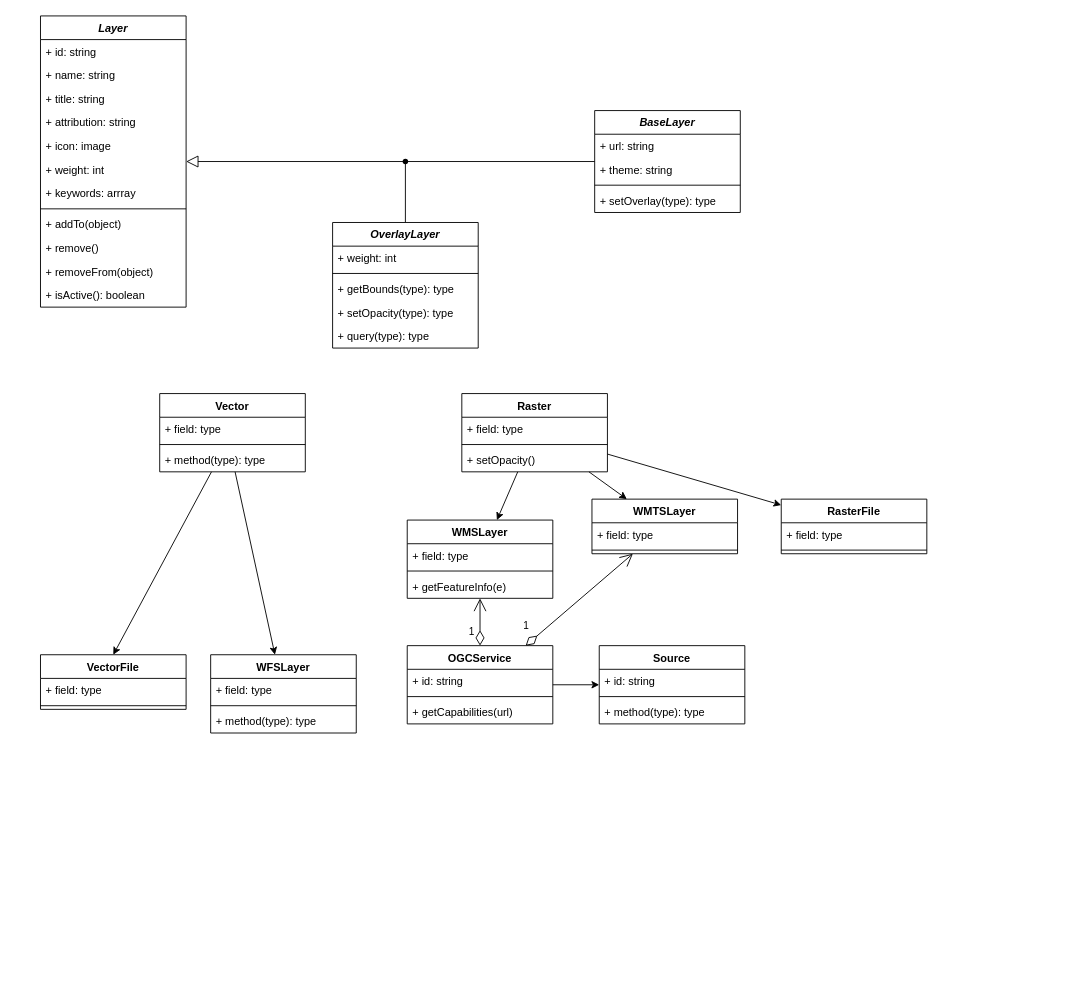
This is page "Layer Class" (2 of 2) of src/docs/diagrams/Map.drawio from ign-argentina/argenmap, a draw.io file, before an edit. Source tidied: cells renumbered, new cells numbered last; positions are measured from the earlier drawing's top-left corner, leaving out a move shared by most shapes. Both pictures are drawn from the tidied source at 91%, with x=0, y=0 at pixel (40, 15).
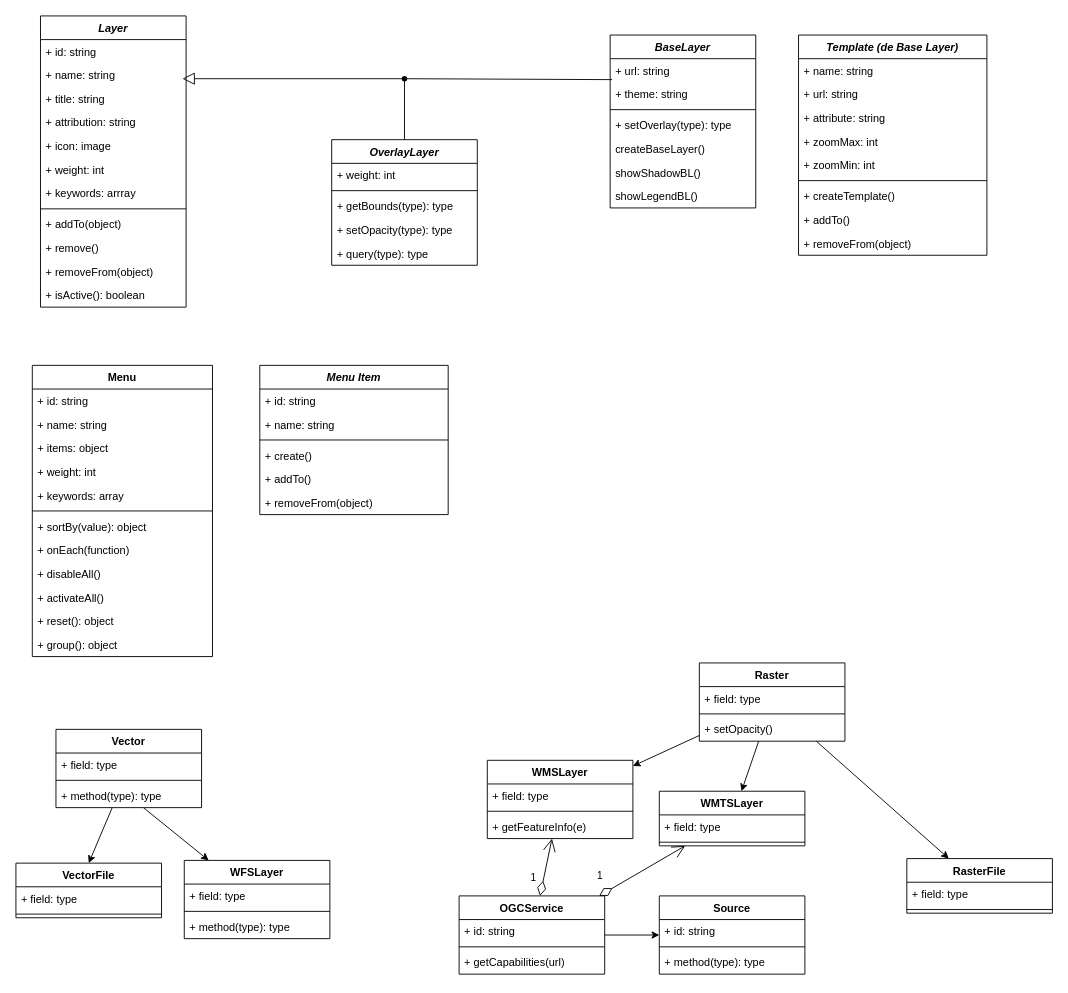
The same page after the edit.

Commit message:
layer class diagram update

Unchanged cells that the change refers to:
```xml
<mxCell id="3" value="Layer" style="swimlane;fontStyle=3;align=center;verticalAlign=top;horizontal=1;startSize=26;" parent="1" vertex="1">
  <mxGeometry width="160" height="320" as="geometry" />
</mxCell>
<mxCell id="66" value="+ theme: string" style="text;strokeColor=none;fillColor=none;align=left;verticalAlign=top;spacingLeft=4;spacingRight=4;overflow=hidden;points=[[0,0.5],[1,0.5]];portConstraint=eastwest;" parent="64" vertex="1">
  <mxGeometry y="52" width="160" height="26" as="geometry" />
</mxCell>
```

What changed in the source:
```diff
@@
     <mxCell id="17" value="Vector" style="swimlane;fontStyle=1;align=center;verticalAlign=top;horizontal=1;startSize=26;" parent="1" vertex="1">
-      <mxGeometry x="131" y="415" width="160" height="86" as="geometry" />
+      <mxGeometry x="17" y="784" width="160" height="86" as="geometry" />
     </mxCell>
@@
     <mxCell id="23" value="Raster" style="swimlane;fontStyle=1;align=center;verticalAlign=top;horizontal=1;startSize=26;" parent="1" vertex="1">
-      <mxGeometry x="463" y="415" width="160" height="86" as="geometry" />
+      <mxGeometry x="724" y="711" width="160" height="86" as="geometry" />
     </mxCell>
@@
     <mxCell id="27" value="WMSLayer" style="swimlane;fontStyle=1;align=center;verticalAlign=top;horizontal=1;startSize=26;" parent="1" vertex="1">
-      <mxGeometry x="403" y="554" width="160" height="86" as="geometry" />
+      <mxGeometry x="491" y="818" width="160" height="86" as="geometry" />
     </mxCell>
@@
     <mxCell id="32" value="OGCService" style="swimlane;fontStyle=1;align=center;verticalAlign=top;horizontal=1;startSize=26;" parent="1" vertex="1">
-      <mxGeometry x="403" y="692" width="160" height="86" as="geometry" />
+      <mxGeometry x="460" y="967" width="160" height="86" as="geometry" />
     </mxCell>
@@
     <mxCell id="36" value="WFSLayer" style="swimlane;fontStyle=1;align=center;verticalAlign=top;horizontal=1;startSize=26;" parent="1" vertex="1">
-      <mxGeometry x="187" y="702" width="160" height="86" as="geometry" />
+      <mxGeometry x="158" y="928" width="160" height="86" as="geometry" />
     </mxCell>
@@
     <mxCell id="40" value="WMTSLayer" style="swimlane;fontStyle=1;align=center;verticalAlign=top;horizontal=1;startSize=26;" parent="1" vertex="1">
-      <mxGeometry x="606" y="531" width="160" height="60" as="geometry" />
+      <mxGeometry x="680" y="852" width="160" height="60" as="geometry" />
     </mxCell>
@@
     <mxCell id="45" value="Source" style="swimlane;fontStyle=1;align=center;verticalAlign=top;horizontal=1;startSize=26;" parent="1" vertex="1">
-      <mxGeometry x="614" y="692" width="160" height="86" as="geometry" />
+      <mxGeometry x="680" y="967" width="160" height="86" as="geometry" />
     </mxCell>
@@
     <mxCell id="49" value="RasterFile" style="swimlane;fontStyle=1;align=center;verticalAlign=top;horizontal=1;startSize=26;" parent="1" vertex="1">
-      <mxGeometry x="814" y="531" width="160" height="60" as="geometry" />
+      <mxGeometry x="952" y="926" width="160" height="60" as="geometry" />
     </mxCell>
@@
     <mxCell id="52" value="VectorFile" style="swimlane;fontStyle=1;align=center;verticalAlign=top;horizontal=1;startSize=26;" parent="1" vertex="1">
-      <mxGeometry y="702" width="160" height="60" as="geometry" />
+      <mxGeometry x="-27" y="931" width="160" height="60" as="geometry" />
     </mxCell>
@@
     <mxCell id="58" value="OverlayLayer" style="swimlane;fontStyle=3;align=center;verticalAlign=top;horizontal=1;startSize=26;" parent="1" vertex="1">
-      <mxGeometry x="321" y="227" width="160" height="138" as="geometry" />
+      <mxGeometry x="320" y="136" width="160" height="138" as="geometry" />
     </mxCell>
@@
     <mxCell id="64" value="BaseLayer" style="swimlane;fontStyle=3;align=center;verticalAlign=top;horizontal=1;startSize=26;" parent="1" vertex="1">
-      <mxGeometry x="609" y="104" width="160" height="112" as="geometry" />
+      <mxGeometry x="626" y="21" width="160" height="190" as="geometry" />
     </mxCell>
@@
+    <mxCell id="72" value="createBaseLayer()" style="text;strokeColor=none;fillColor=none;align=left;verticalAlign=top;spacingLeft=4;spacingRight=4;overflow=hidden;" parent="64" vertex="1">
+      <mxGeometry y="112" width="160" height="26" as="geometry" />
+    </mxCell>
+    <mxCell id="73" value="showShadowBL()" style="text;strokeColor=none;fillColor=none;align=left;verticalAlign=top;spacingLeft=4;spacingRight=4;overflow=hidden;" parent="64" vertex="1">
+      <mxGeometry y="138" width="160" height="26" as="geometry" />
+    </mxCell>
+    <mxCell id="74" value="showLegendBL()" style="text;strokeColor=none;fillColor=none;align=left;verticalAlign=top;spacingLeft=4;spacingRight=4;overflow=hidden;" parent="64" vertex="1">
+      <mxGeometry y="164" width="160" height="26" as="geometry" />
+    </mxCell>
-    <mxCell id="69" style="html=1;startArrow=none;endArrow=block;endFill=0;endSize=11;" parent="1" edge="1" source="71" target="3">
-      <mxGeometry relative="1" as="geometry" />
+    <mxCell id="69" style="html=1;startArrow=none;endArrow=block;endFill=0;endSize=11;" parent="1" edge="1" source="71">
+      <mxGeometry relative="1" as="geometry">
+        <mxPoint x="156" y="69" as="targetPoint" />
+      </mxGeometry>
     </mxCell>
-    <mxCell id="70" style="html=1;endArrow=none;entryX=1.117;entryY=0.309;entryDx=0;entryDy=0;entryPerimeter=0;" parent="1" edge="1" source="64" target="71">
+    <mxCell id="70" style="html=1;endArrow=none;entryX=1.117;entryY=0.309;entryDx=0;entryDy=0;entryPerimeter=0;exitX=0.013;exitY=-0.115;exitDx=0;exitDy=0;exitPerimeter=0;" parent="1" edge="1" source="66" target="71">
       <mxGeometry relative="1" as="geometry" />
     </mxCell>
     <mxCell id="71" style="shape=waypoint;sketch=0;fillStyle=solid;size=6;points=[];fillColor=none;perimeter=centerPerimeter;snapToPoint=1;" parent="1" vertex="1">
-      <mxGeometry x="391" y="150" width="20" height="20" as="geometry" />
+      <mxGeometry x="390" y="59" width="20" height="20" as="geometry" />
     </mxCell>
+    <mxCell id="75" value="Template (de Base Layer)" style="swimlane;fontStyle=3;align=center;verticalAlign=top;horizontal=1;startSize=26;" parent="1" vertex="1">
+      <mxGeometry x="833" y="21" width="207" height="242" as="geometry" />
+    </mxCell>
+    <mxCell id="76" value="+ name: string" style="text;strokeColor=none;fillColor=none;align=left;verticalAlign=top;spacingLeft=4;spacingRight=4;overflow=hidden;" parent="75" vertex="1">
+      <mxGeometry y="26" width="207" height="26" as="geometry" />
+    </mxCell>
+    <mxCell id="77" value="+ url: string" style="text;strokeColor=none;fillColor=none;align=left;verticalAlign=top;spacingLeft=4;spacingRight=4;overflow=hidden;" parent="75" vertex="1">
+      <mxGeometry y="52" width="207" height="26" as="geometry" />
+    </mxCell>
+    <mxCell id="78" value="+ attribute: string" style="text;strokeColor=none;fillColor=none;align=left;verticalAlign=top;spacingLeft=4;spacingRight=4;overflow=hidden;" parent="75" vertex="1">
+      <mxGeometry y="78" width="207" height="26" as="geometry" />
+    </mxCell>
+    <mxCell id="79" value="+ zoomMax: int" style="text;strokeColor=none;fillColor=none;align=left;verticalAlign=top;spacingLeft=4;spacingRight=4;overflow=hidden;" parent="75" vertex="1">
+      <mxGeometry y="104" width="207" height="26" as="geometry" />
+    </mxCell>
+    <mxCell id="80" value="+ zoomMin: int" style="text;strokeColor=none;fillColor=none;align=left;verticalAlign=top;spacingLeft=4;spacingRight=4;overflow=hidden;" parent="75" vertex="1">
+      <mxGeometry y="130" width="207" height="26" as="geometry" />
+    </mxCell>
+    <mxCell id="81" style="line;strokeWidth=1;fillColor=none;align=left;verticalAlign=middle;spacingTop=-1;spacingLeft=3;spacingRight=3;labelPosition=right;" parent="75" vertex="1">
+      <mxGeometry y="156" width="207" height="8" as="geometry" />
+    </mxCell>
+    <mxCell id="82" value="+ createTemplate() " style="text;strokeColor=none;fillColor=none;align=left;verticalAlign=top;spacingLeft=4;spacingRight=4;overflow=hidden;" parent="75" vertex="1">
+      <mxGeometry y="164" width="207" height="26" as="geometry" />
+    </mxCell>
+    <mxCell id="83" value="+ addTo() " style="text;strokeColor=none;fillColor=none;align=left;verticalAlign=top;spacingLeft=4;spacingRight=4;overflow=hidden;" parent="75" vertex="1">
+      <mxGeometry y="190" width="207" height="26" as="geometry" />
+    </mxCell>
+    <mxCell id="84" value="+ removeFrom(object)" style="text;strokeColor=none;fillColor=none;align=left;verticalAlign=top;spacingLeft=4;spacingRight=4;overflow=hidden;" parent="75" vertex="1">
+      <mxGeometry y="216" width="207" height="26" as="geometry" />
+    </mxCell>
+    <mxCell id="85" value="Menu Item" style="swimlane;fontStyle=3;align=center;verticalAlign=top;horizontal=1;startSize=26;" parent="1" vertex="1">
+      <mxGeometry x="241" y="384" width="207" height="164" as="geometry" />
+    </mxCell>
+    <mxCell id="86" value="+ id: string" style="text;strokeColor=none;fillColor=none;align=left;verticalAlign=top;spacingLeft=4;spacingRight=4;overflow=hidden;" parent="85" vertex="1">
+      <mxGeometry y="26" width="207" height="26" as="geometry" />
+    </mxCell>
+    <mxCell id="87" value="+ name: string" style="text;strokeColor=none;fillColor=none;align=left;verticalAlign=top;spacingLeft=4;spacingRight=4;overflow=hidden;" parent="85" vertex="1">
+      <mxGeometry y="52" width="207" height="26" as="geometry" />
+    </mxCell>
+    <mxCell id="88" style="line;strokeWidth=1;fillColor=none;align=left;verticalAlign=middle;spacingTop=-1;spacingLeft=3;spacingRight=3;labelPosition=right;" parent="85" vertex="1">
+      <mxGeometry y="78" width="207" height="8" as="geometry" />
+    </mxCell>
+    <mxCell id="89" value="+ create() " style="text;strokeColor=none;fillColor=none;align=left;verticalAlign=top;spacingLeft=4;spacingRight=4;overflow=hidden;" parent="85" vertex="1">
+      <mxGeometry y="86" width="207" height="26" as="geometry" />
+    </mxCell>
+    <mxCell id="90" value="+ addTo() " style="text;strokeColor=none;fillColor=none;align=left;verticalAlign=top;spacingLeft=4;spacingRight=4;overflow=hidden;" parent="85" vertex="1">
+      <mxGeometry y="112" width="207" height="26" as="geometry" />
+    </mxCell>
+    <mxCell id="91" value="+ removeFrom(object)" style="text;strokeColor=none;fillColor=none;align=left;verticalAlign=top;spacingLeft=4;spacingRight=4;overflow=hidden;" parent="85" vertex="1">
+      <mxGeometry y="138" width="207" height="26" as="geometry" />
+    </mxCell>
+    <mxCell id="92" value="Menu" style="swimlane;fontStyle=1;align=center;verticalAlign=top;horizontal=1;startSize=26;" parent="1" vertex="1">
+      <mxGeometry x="-9" y="384" width="198" height="320" as="geometry" />
+    </mxCell>
+    <mxCell id="93" value="+ id: string" style="text;strokeColor=none;fillColor=none;align=left;verticalAlign=top;spacingLeft=4;spacingRight=4;overflow=hidden;" parent="92" vertex="1">
+      <mxGeometry y="26" width="198" height="26" as="geometry" />
+    </mxCell>
+    <mxCell id="94" value="+ name: string" style="text;strokeColor=none;fillColor=none;align=left;verticalAlign=top;spacingLeft=4;spacingRight=4;overflow=hidden;" parent="92" vertex="1">
+      <mxGeometry y="52" width="198" height="26" as="geometry" />
+    </mxCell>
+    <mxCell id="95" value="+ items: object" style="text;strokeColor=none;fillColor=none;align=left;verticalAlign=top;spacingLeft=4;spacingRight=4;overflow=hidden;" parent="92" vertex="1">
+      <mxGeometry y="78" width="198" height="26" as="geometry" />
+    </mxCell>
+    <mxCell id="96" value="+ weight: int" style="text;strokeColor=none;fillColor=none;align=left;verticalAlign=top;spacingLeft=4;spacingRight=4;overflow=hidden;" parent="92" vertex="1">
+      <mxGeometry y="104" width="198" height="26" as="geometry" />
+    </mxCell>
+    <mxCell id="97" value="+ keywords: array" style="text;strokeColor=none;fillColor=none;align=left;verticalAlign=top;spacingLeft=4;spacingRight=4;overflow=hidden;" parent="92" vertex="1">
+      <mxGeometry y="130" width="198" height="26" as="geometry" />
+    </mxCell>
+    <mxCell id="98" style="line;strokeWidth=1;fillColor=none;align=left;verticalAlign=middle;spacingTop=-1;spacingLeft=3;spacingRight=3;labelPosition=right;strokeColor=inherit;" parent="92" vertex="1">
+      <mxGeometry y="156" width="198" height="8" as="geometry" />
+    </mxCell>
+    <mxCell id="99" value="+ sortBy(value): object" style="text;strokeColor=none;fillColor=none;align=left;verticalAlign=top;spacingLeft=4;spacingRight=4;overflow=hidden;" parent="92" vertex="1">
+      <mxGeometry y="164" width="198" height="26" as="geometry" />
+    </mxCell>
+    <mxCell id="100" value="+ onEach(function)" style="text;strokeColor=none;fillColor=none;align=left;verticalAlign=top;spacingLeft=4;spacingRight=4;overflow=hidden;" parent="92" vertex="1">
+      <mxGeometry y="190" width="198" height="26" as="geometry" />
+    </mxCell>
+    <mxCell id="101" value="+ disableAll()" style="text;strokeColor=none;fillColor=none;align=left;verticalAlign=top;spacingLeft=4;spacingRight=4;overflow=hidden;" parent="92" vertex="1">
+      <mxGeometry y="216" width="198" height="26" as="geometry" />
+    </mxCell>
+    <mxCell id="102" value="+ activateAll()" style="text;strokeColor=none;fillColor=none;align=left;verticalAlign=top;spacingLeft=4;spacingRight=4;overflow=hidden;" parent="92" vertex="1">
+      <mxGeometry y="242" width="198" height="26" as="geometry" />
+    </mxCell>
+    <mxCell id="103" value="+ reset(): object" style="text;strokeColor=none;fillColor=none;align=left;verticalAlign=top;spacingLeft=4;spacingRight=4;overflow=hidden;" parent="92" vertex="1">
+      <mxGeometry y="268" width="198" height="26" as="geometry" />
+    </mxCell>
+    <mxCell id="104" value="+ group(): object" style="text;strokeColor=none;fillColor=none;align=left;verticalAlign=top;spacingLeft=4;spacingRight=4;overflow=hidden;" parent="92" vertex="1">
+      <mxGeometry y="294" width="198" height="26" as="geometry" />
+    </mxCell>
```
